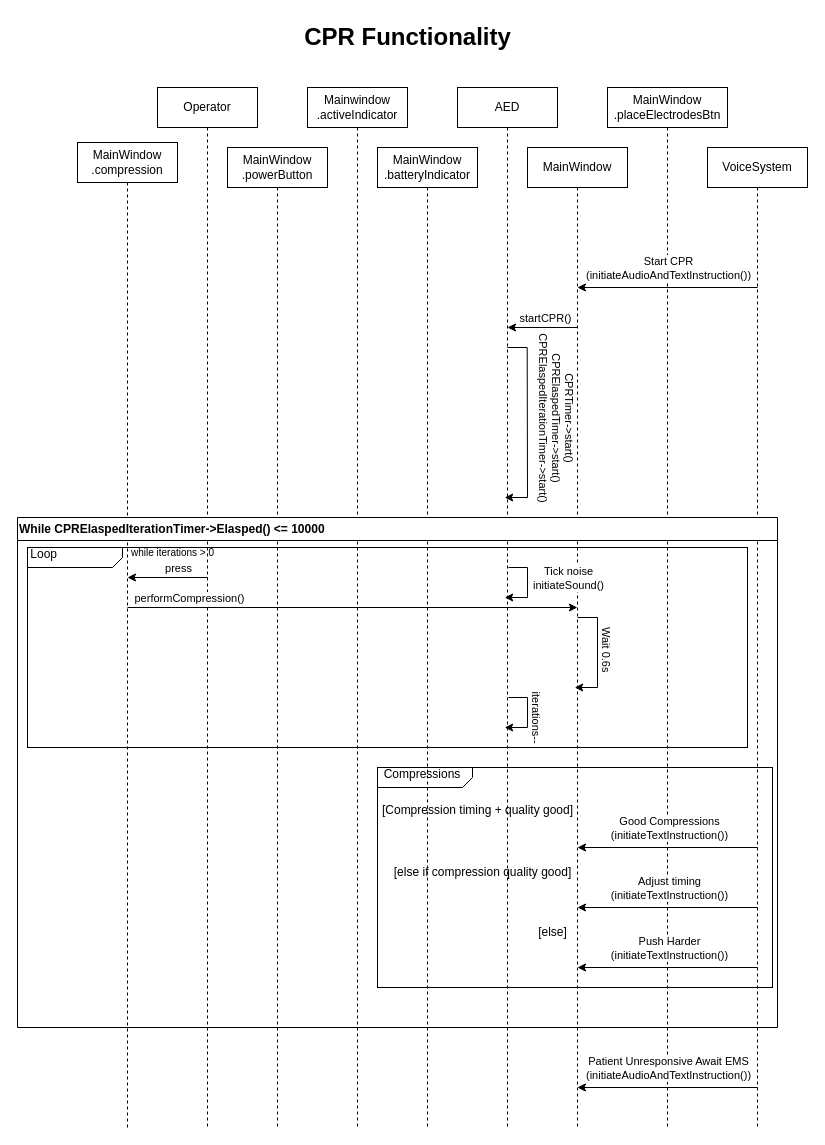
Earlier version of the draw.io diagram Documentation/Drawio/Comp3004Final_CPR.drawio (ConnorG1067/COMP3004-FA). Source tidied: cells renumbered, new cells numbered last; positions are measured from the earlier drawing's top-left corner, leaving out a move shared by most shapes. Both pictures are drawn from the tidied source at 100%, with x=0, y=0 at pixel (17, 17).
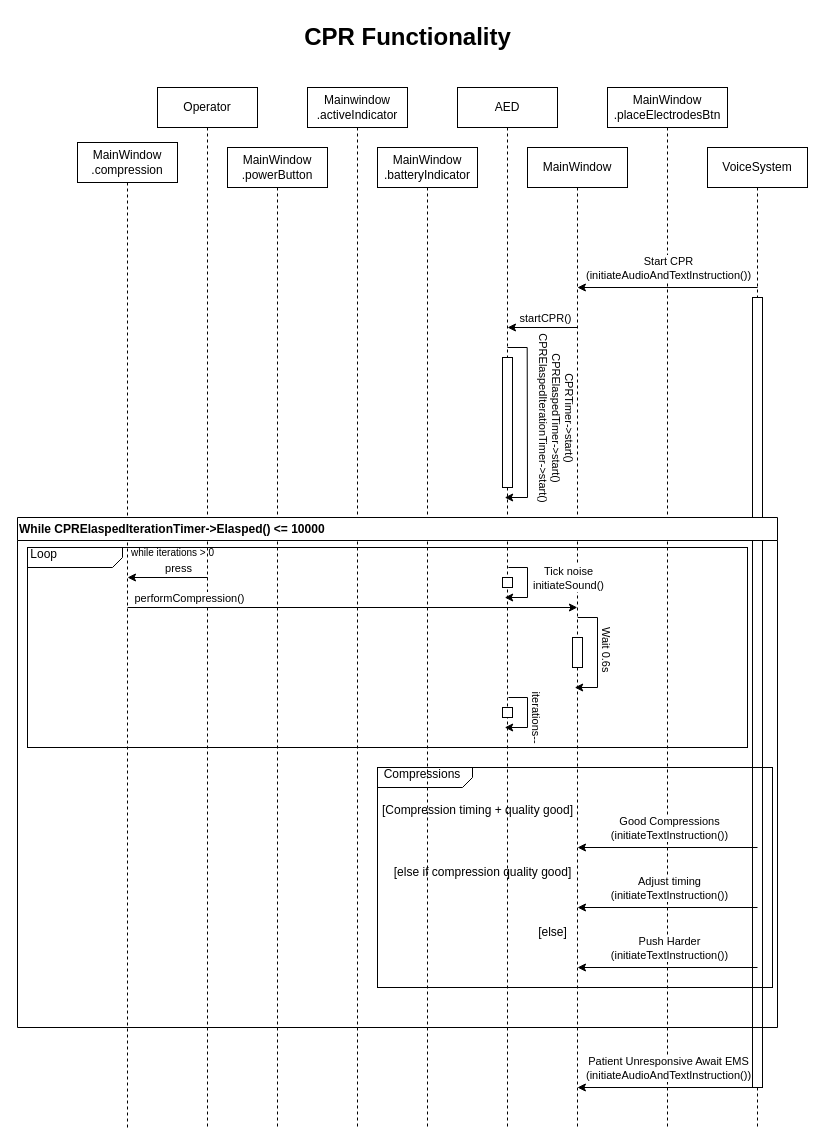
The same page after the edit.

The change refers to these unchanged cells:
```xml
<mxCell id="4" value="&lt;div&gt;AED&lt;/div&gt;" style="shape=umlLifeline;perimeter=lifelinePerimeter;whiteSpace=wrap;html=1;newEdgeStyle={&quot;edgeStyle&quot;:&quot;elbowEdgeStyle&quot;,&quot;elbow&quot;:&quot;vertical&quot;,&quot;curved&quot;:0,&quot;rounded&quot;:0};" parent="1" vertex="1">
  <mxGeometry x="440" y="70" width="100" height="1040" as="geometry" />
</mxCell>
<mxCell id="5" value="VoiceSystem" style="shape=umlLifeline;perimeter=lifelinePerimeter;whiteSpace=wrap;html=1;newEdgeStyle={&quot;edgeStyle&quot;:&quot;elbowEdgeStyle&quot;,&quot;elbow&quot;:&quot;vertical&quot;,&quot;curved&quot;:0,&quot;rounded&quot;:0};" parent="1" vertex="1">
  <mxGeometry x="690" y="130" width="100" height="980" as="geometry" />
</mxCell>
<mxCell id="26" value="&lt;div align=&quot;left&quot;&gt;While CPRElaspedIterationTimer-&amp;gt;Elasped() &amp;lt;= 10000&lt;/div&gt;" style="swimlane;whiteSpace=wrap;html=1;align=left;" parent="1" vertex="1">
  <mxGeometry y="500" width="760" height="510" as="geometry" />
</mxCell>
```

What changed in the source:
```diff
@@
+    <mxCell id="43" style="html=1;perimeter=orthogonalPerimeter;targetShapes=umlLifeline;newEdgeStyle={&quot;curved&quot;:0,&quot;rounded&quot;:0};" parent="4" vertex="1">
+      <mxGeometry x="45" y="270" width="10" height="130" as="geometry" />
+    </mxCell>
@@
+    <mxCell id="44" style="html=1;perimeter=orthogonalPerimeter;targetShapes=umlLifeline;newEdgeStyle={&quot;curved&quot;:0,&quot;rounded&quot;:0};" parent="5" vertex="1">
+      <mxGeometry x="45" y="150" width="10" height="790" as="geometry" />
+    </mxCell>
@@
+    <mxCell id="45" style="html=1;perimeter=orthogonalPerimeter;targetShapes=umlLifeline;newEdgeStyle={&quot;curved&quot;:0,&quot;rounded&quot;:0};" parent="26" vertex="1">
+      <mxGeometry x="555" y="120" width="10" height="30" as="geometry" />
+    </mxCell>
+    <mxCell id="46" style="html=1;perimeter=orthogonalPerimeter;targetShapes=umlLifeline;newEdgeStyle={&quot;curved&quot;:0,&quot;rounded&quot;:0};" parent="26" vertex="1">
+      <mxGeometry x="485" y="60" width="10" height="10" as="geometry" />
+    </mxCell>
+    <mxCell id="47" style="html=1;perimeter=orthogonalPerimeter;targetShapes=umlLifeline;newEdgeStyle={&quot;curved&quot;:0,&quot;rounded&quot;:0};" parent="26" vertex="1">
+      <mxGeometry x="485" y="190" width="10" height="10" as="geometry" />
+    </mxCell>
```
